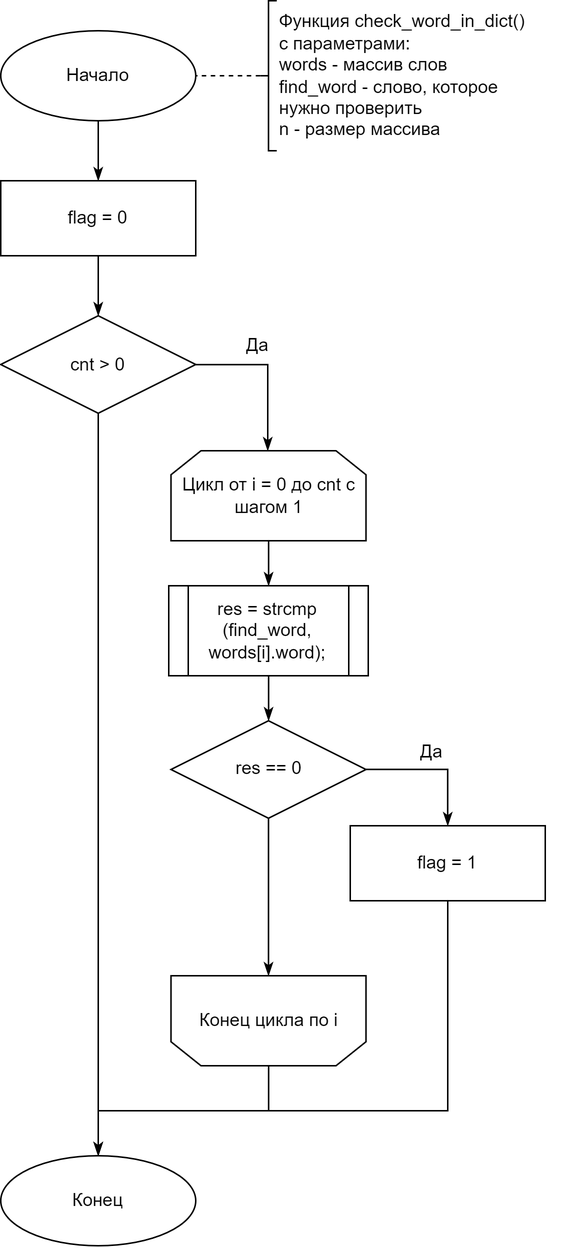
Before: lab_04/docs/img/check_word.png, a diagram exported from draw.io (Mansurow/bmstu-iu7-5sem-AA). Source tidied: cells renumbered, new cells last; positions are measured from the earlier drawing's top-left corner, leaving out a move shared by most shapes. Its diagram source:
```xml
<mxGraphModel>
  <root>
    <mxCell id="0" />
    <mxCell id="1" parent="0" />
    <mxCell id="2" style="edgeStyle=orthogonalEdgeStyle;rounded=0;jettySize=auto;html=1;fontSize=12;endArrow=classicThin;endFill=1;" parent="1" edge="1" source="3" target="9">
      <mxGeometry relative="1" as="geometry" />
    </mxCell>
    <mxCell id="3" value="Начало" style="strokeWidth=1;html=1;shape=mxgraph.flowchart.start_1;whiteSpace=wrap;" parent="1" vertex="1">
      <mxGeometry y="20" width="130" height="60" as="geometry" />
    </mxCell>
    <mxCell id="4" style="edgeStyle=orthogonalEdgeStyle;rounded=0;jettySize=auto;html=1;exitX=0;exitY=0.5;exitDx=0;exitDy=0;exitPerimeter=0;entryX=1;entryY=0.5;entryDx=0;entryDy=0;entryPerimeter=0;endArrow=none;endFill=0;dashed=1;" parent="1" edge="1" source="5" target="3">
      <mxGeometry relative="1" as="geometry" />
    </mxCell>
    <mxCell id="5" style="strokeWidth=1;html=1;shape=mxgraph.flowchart.annotation_2;align=left;labelPosition=right;rounded=0;" parent="1" vertex="1">
      <mxGeometry x="173" width="11" height="100" as="geometry" />
    </mxCell>
    <mxCell id="6" value="&lt;div&gt;&lt;span style=&quot;background-color: initial;&quot;&gt;Функция check_word_in_dict()&lt;/span&gt;&lt;/div&gt;&lt;div&gt;&lt;span style=&quot;background-color: initial;&quot;&gt;с параметрами:&lt;/span&gt;&lt;/div&gt;&lt;div&gt;words - массив слов&lt;/div&gt;&lt;div&gt;find_word - слово, которое&amp;nbsp;&lt;/div&gt;&lt;div&gt;нужно проверить&lt;/div&gt;&lt;div&gt;n - размер массива&lt;/div&gt;" style="text;html=1;align=left;verticalAlign=middle;strokeColor=none;fillColor=none;" parent="1" vertex="1">
      <mxGeometry x="184" width="190" height="100" as="geometry" />
    </mxCell>
    <mxCell id="7" value="Конец" style="strokeWidth=1;html=1;shape=mxgraph.flowchart.start_1;whiteSpace=wrap;" parent="1" vertex="1">
      <mxGeometry y="770" width="130" height="60" as="geometry" />
    </mxCell>
    <mxCell id="8" style="edgeStyle=orthogonalEdgeStyle;rounded=0;jettySize=auto;html=1;fontSize=12;endArrow=classicThin;endFill=1;" parent="1" edge="1" source="9" target="13">
      <mxGeometry relative="1" as="geometry" />
    </mxCell>
    <mxCell id="9" value="flag = 0" style="rounded=0;whiteSpace=wrap;html=1;absoluteArcSize=1;arcSize=14;strokeWidth=1;" parent="1" vertex="1">
      <mxGeometry y="120" width="130" height="50" as="geometry" />
    </mxCell>
    <mxCell id="10" style="edgeStyle=orthogonalEdgeStyle;rounded=0;jettySize=auto;html=1;fontSize=12;endArrow=classicThin;endFill=1;" parent="1" edge="1" source="13" target="15">
      <mxGeometry relative="1" as="geometry">
        <Array as="points">
          <mxPoint x="178" y="243" />
        </Array>
      </mxGeometry>
    </mxCell>
    <mxCell id="11" value="Да" style="edgeLabel;html=1;align=center;verticalAlign=middle;fontSize=12;" parent="10" vertex="1">
      <mxGeometry x="-0.25" y="-1" relative="1" as="geometry">
        <mxPoint y="-14" as="offset" />
      </mxGeometry>
    </mxCell>
    <mxCell id="12" style="edgeStyle=orthogonalEdgeStyle;rounded=0;jettySize=auto;html=1;exitX=0.5;exitY=1;exitDx=0;exitDy=0;exitPerimeter=0;entryX=0.5;entryY=0;entryDx=0;entryDy=0;entryPerimeter=0;fontSize=12;endArrow=classicThin;endFill=1;" parent="1" edge="1" source="13" target="7">
      <mxGeometry relative="1" as="geometry" />
    </mxCell>
    <mxCell id="13" value="cnt &amp;gt; 0" style="strokeWidth=1;html=1;shape=mxgraph.flowchart.decision;whiteSpace=wrap;" parent="1" vertex="1">
      <mxGeometry y="210" width="130" height="65" as="geometry" />
    </mxCell>
    <mxCell id="14" style="edgeStyle=orthogonalEdgeStyle;rounded=0;jettySize=auto;html=1;fontSize=12;endArrow=classicThin;endFill=1;" parent="1" edge="1" source="15" target="23">
      <mxGeometry relative="1" as="geometry" />
    </mxCell>
    <mxCell id="15" value="Цикл от i = 0 до cnt с шагом 1" style="shape=loopLimit;whiteSpace=wrap;html=1;" parent="1" vertex="1">
      <mxGeometry x="113.5" y="300" width="130" height="60" as="geometry" />
    </mxCell>
    <mxCell id="16" style="edgeStyle=orthogonalEdgeStyle;rounded=0;jettySize=auto;html=1;entryX=0.5;entryY=0;entryDx=0;entryDy=0;entryPerimeter=0;fontSize=12;endArrow=classicThin;endFill=1;" parent="1" edge="1" source="17" target="7">
      <mxGeometry relative="1" as="geometry" />
    </mxCell>
    <mxCell id="17" value="Конец цикла по i" style="shape=loopLimit;whiteSpace=wrap;html=1;flipV=1;" parent="1" vertex="1">
      <mxGeometry x="113.5" y="650" width="130" height="60" as="geometry" />
    </mxCell>
    <mxCell id="18" style="edgeStyle=orthogonalEdgeStyle;rounded=0;jettySize=auto;html=1;exitX=0.5;exitY=1;exitDx=0;exitDy=0;exitPerimeter=0;entryX=0.5;entryY=0;entryDx=0;entryDy=0;fontSize=12;endArrow=classicThin;endFill=1;" parent="1" edge="1" source="21" target="17">
      <mxGeometry relative="1" as="geometry" />
    </mxCell>
    <mxCell id="19" style="edgeStyle=orthogonalEdgeStyle;rounded=0;jettySize=auto;html=1;entryX=0.5;entryY=0;entryDx=0;entryDy=0;fontSize=12;endArrow=classicThin;endFill=1;" parent="1" edge="1" source="21" target="25">
      <mxGeometry relative="1" as="geometry">
        <Array as="points">
          <mxPoint x="298" y="513" />
        </Array>
      </mxGeometry>
    </mxCell>
    <mxCell id="20" value="Да" style="edgeLabel;html=1;align=center;verticalAlign=middle;fontSize=12;" parent="19" vertex="1">
      <mxGeometry x="-0.07" y="1" relative="1" as="geometry">
        <mxPoint y="-11" as="offset" />
      </mxGeometry>
    </mxCell>
    <mxCell id="21" value="res == 0" style="strokeWidth=1;html=1;shape=mxgraph.flowchart.decision;whiteSpace=wrap;" parent="1" vertex="1">
      <mxGeometry x="113.5" y="480" width="130" height="65" as="geometry" />
    </mxCell>
    <mxCell id="22" style="edgeStyle=orthogonalEdgeStyle;rounded=0;jettySize=auto;html=1;fontSize=12;endArrow=classicThin;endFill=1;" parent="1" edge="1" source="23" target="21">
      <mxGeometry relative="1" as="geometry" />
    </mxCell>
    <mxCell id="23" value="res = strcmp&lt;br&gt;(&lt;span style=&quot;text-align: left;&quot;&gt;find_word&lt;/span&gt;, words[i].word&lt;span style=&quot;background-color: initial;&quot;&gt;);&lt;/span&gt;" style="shape=process;whiteSpace=wrap;html=1;backgroundOutline=1;" parent="1" vertex="1">
      <mxGeometry x="112" y="390" width="133" height="60" as="geometry" />
    </mxCell>
    <mxCell id="24" style="edgeStyle=orthogonalEdgeStyle;rounded=0;jettySize=auto;html=1;fontSize=12;endArrow=classicThin;endFill=1;" parent="1" edge="1" source="25" target="7">
      <mxGeometry relative="1" as="geometry">
        <Array as="points">
          <mxPoint x="298" y="740" />
          <mxPoint x="65" y="740" />
        </Array>
      </mxGeometry>
    </mxCell>
    <mxCell id="25" value="flag = 1" style="rounded=0;whiteSpace=wrap;html=1;absoluteArcSize=1;arcSize=14;strokeWidth=1;" parent="1" vertex="1">
      <mxGeometry x="233" y="550" width="130" height="50" as="geometry" />
    </mxCell>
  </root>
</mxGraphModel>
```
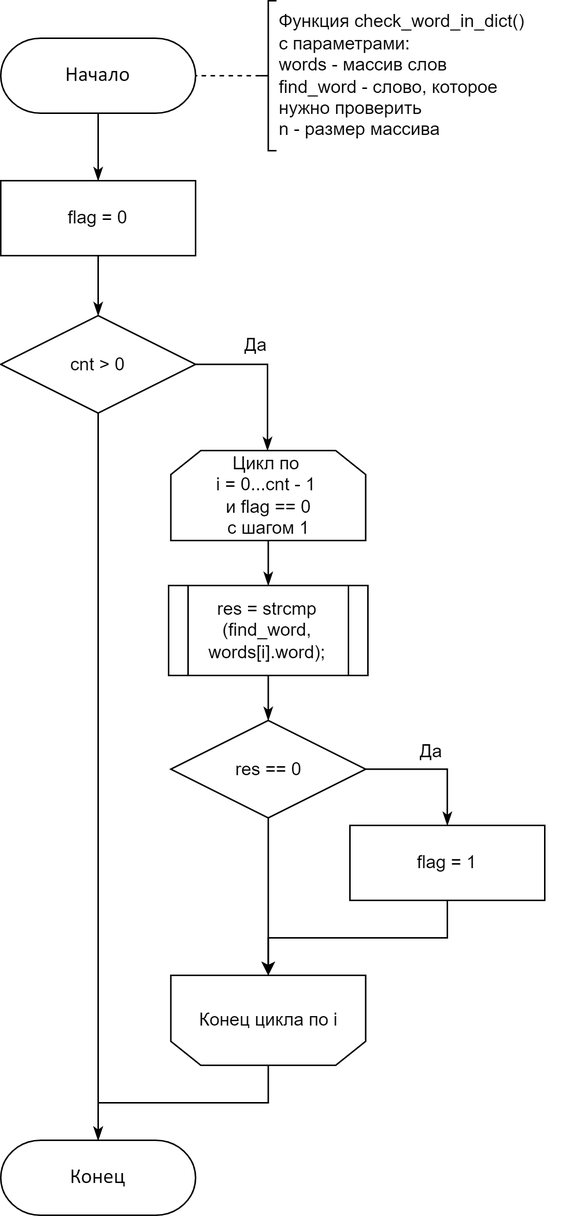
After the change.

What changed in the source:
```diff
@@ -5,11 +5,10 @@
     <mxCell id="2" style="edgeStyle=orthogonalEdgeStyle;rounded=0;jettySize=auto;html=1;fontSize=12;endArrow=classicThin;endFill=1;" parent="1" edge="1" source="3" target="9">
       <mxGeometry relative="1" as="geometry" />
     </mxCell>
-    <mxCell id="3" value="Начало" style="strokeWidth=1;html=1;shape=mxgraph.flowchart.start_1;whiteSpace=wrap;" parent="1" vertex="1">
-      <mxGeometry y="20" width="130" height="60" as="geometry" />
-    </mxCell>
-    <mxCell id="4" style="edgeStyle=orthogonalEdgeStyle;rounded=0;jettySize=auto;html=1;exitX=0;exitY=0.5;exitDx=0;exitDy=0;exitPerimeter=0;entryX=1;entryY=0.5;entryDx=0;entryDy=0;entryPerimeter=0;endArrow=none;endFill=0;dashed=1;" parent="1" edge="1" source="5" target="3">
-      <mxGeometry relative="1" as="geometry" />
+    <mxCell id="4" style="edgeStyle=orthogonalEdgeStyle;rounded=0;jettySize=auto;html=1;exitX=0;exitY=0.5;exitDx=0;exitDy=0;exitPerimeter=0;entryX=1;entryY=0.5;entryDx=0;entryDy=0;entryPerimeter=0;endArrow=none;endFill=0;dashed=1;" parent="1" edge="1" source="5">
+      <mxGeometry relative="1" as="geometry">
+        <mxPoint x="130" y="50" as="targetPoint" />
+      </mxGeometry>
     </mxCell>
     <mxCell id="5" style="strokeWidth=1;html=1;shape=mxgraph.flowchart.annotation_2;align=left;labelPosition=right;rounded=0;" parent="1" vertex="1">
       <mxGeometry x="173" width="11" height="100" as="geometry" />
@@ -17,9 +16,6 @@
     <mxCell id="6" value="&lt;div&gt;&lt;span style=&quot;background-color: initial;&quot;&gt;Функция check_word_in_dict()&lt;/span&gt;&lt;/div&gt;&lt;div&gt;&lt;span style=&quot;background-color: initial;&quot;&gt;с параметрами:&lt;/span&gt;&lt;/div&gt;&lt;div&gt;words - массив слов&lt;/div&gt;&lt;div&gt;find_word - слово, которое&amp;nbsp;&lt;/div&gt;&lt;div&gt;нужно проверить&lt;/div&gt;&lt;div&gt;n - размер массива&lt;/div&gt;" style="text;html=1;align=left;verticalAlign=middle;strokeColor=none;fillColor=none;" parent="1" vertex="1">
       <mxGeometry x="184" width="190" height="100" as="geometry" />
     </mxCell>
-    <mxCell id="7" value="Конец" style="strokeWidth=1;html=1;shape=mxgraph.flowchart.start_1;whiteSpace=wrap;" parent="1" vertex="1">
-      <mxGeometry y="770" width="130" height="60" as="geometry" />
-    </mxCell>
     <mxCell id="8" style="edgeStyle=orthogonalEdgeStyle;rounded=0;jettySize=auto;html=1;fontSize=12;endArrow=classicThin;endFill=1;" parent="1" edge="1" source="9" target="13">
       <mxGeometry relative="1" as="geometry" />
     </mxCell>
@@ -38,7 +34,7 @@
         <mxPoint y="-14" as="offset" />
       </mxGeometry>
     </mxCell>
-    <mxCell id="12" style="edgeStyle=orthogonalEdgeStyle;rounded=0;jettySize=auto;html=1;exitX=0.5;exitY=1;exitDx=0;exitDy=0;exitPerimeter=0;entryX=0.5;entryY=0;entryDx=0;entryDy=0;entryPerimeter=0;fontSize=12;endArrow=classicThin;endFill=1;" parent="1" edge="1" source="13" target="7">
+    <mxCell id="12" style="edgeStyle=orthogonalEdgeStyle;rounded=0;jettySize=auto;html=1;exitX=0.5;exitY=1;exitDx=0;exitDy=0;exitPerimeter=0;fontSize=12;endArrow=classicThin;endFill=1;" parent="1" edge="1" source="13" target="7">
       <mxGeometry relative="1" as="geometry" />
     </mxCell>
     <mxCell id="13" value="cnt &amp;gt; 0" style="strokeWidth=1;html=1;shape=mxgraph.flowchart.decision;whiteSpace=wrap;" parent="1" vertex="1">
@@ -47,7 +43,7 @@
     <mxCell id="14" style="edgeStyle=orthogonalEdgeStyle;rounded=0;jettySize=auto;html=1;fontSize=12;endArrow=classicThin;endFill=1;" parent="1" edge="1" source="15" target="23">
       <mxGeometry relative="1" as="geometry" />
     </mxCell>
-    <mxCell id="15" value="Цикл от i = 0 до cnt с шагом 1" style="shape=loopLimit;whiteSpace=wrap;html=1;" parent="1" vertex="1">
+    <mxCell id="15" value="Цикл по &lt;br&gt;i = 0...cnt - 1 &lt;br&gt;и flag == 0&lt;br&gt;с шагом 1" style="shape=loopLimit;whiteSpace=wrap;html=1;" parent="1" vertex="1">
       <mxGeometry x="113.5" y="300" width="130" height="60" as="geometry" />
     </mxCell>
     <mxCell id="16" style="edgeStyle=orthogonalEdgeStyle;rounded=0;jettySize=auto;html=1;entryX=0.5;entryY=0;entryDx=0;entryDy=0;entryPerimeter=0;fontSize=12;endArrow=classicThin;endFill=1;" parent="1" edge="1" source="17" target="7">
@@ -56,9 +52,6 @@
     <mxCell id="17" value="Конец цикла по i" style="shape=loopLimit;whiteSpace=wrap;html=1;flipV=1;" parent="1" vertex="1">
       <mxGeometry x="113.5" y="650" width="130" height="60" as="geometry" />
     </mxCell>
-    <mxCell id="18" style="edgeStyle=orthogonalEdgeStyle;rounded=0;jettySize=auto;html=1;exitX=0.5;exitY=1;exitDx=0;exitDy=0;exitPerimeter=0;entryX=0.5;entryY=0;entryDx=0;entryDy=0;fontSize=12;endArrow=classicThin;endFill=1;" parent="1" edge="1" source="21" target="17">
-      <mxGeometry relative="1" as="geometry" />
-    </mxCell>
     <mxCell id="19" style="edgeStyle=orthogonalEdgeStyle;rounded=0;jettySize=auto;html=1;entryX=0.5;entryY=0;entryDx=0;entryDy=0;fontSize=12;endArrow=classicThin;endFill=1;" parent="1" edge="1" source="21" target="25">
       <mxGeometry relative="1" as="geometry">
         <Array as="points">
@@ -71,6 +64,9 @@
         <mxPoint y="-11" as="offset" />
       </mxGeometry>
     </mxCell>
+    <mxCell id="18" style="edgeStyle=orthogonalEdgeStyle;rounded=0;jettySize=auto;html=1;fontSize=14;" parent="1" edge="1" source="21" target="17">
+      <mxGeometry relative="1" as="geometry" />
+    </mxCell>
     <mxCell id="21" value="res == 0" style="strokeWidth=1;html=1;shape=mxgraph.flowchart.decision;whiteSpace=wrap;" parent="1" vertex="1">
       <mxGeometry x="113.5" y="480" width="130" height="65" as="geometry" />
     </mxCell>
@@ -80,16 +76,17 @@
     <mxCell id="23" value="res = strcmp&lt;br&gt;(&lt;span style=&quot;text-align: left;&quot;&gt;find_word&lt;/span&gt;, words[i].word&lt;span style=&quot;background-color: initial;&quot;&gt;);&lt;/span&gt;" style="shape=process;whiteSpace=wrap;html=1;backgroundOutline=1;" parent="1" vertex="1">
       <mxGeometry x="112" y="390" width="133" height="60" as="geometry" />
     </mxCell>
-    <mxCell id="24" style="edgeStyle=orthogonalEdgeStyle;rounded=0;jettySize=auto;html=1;fontSize=12;endArrow=classicThin;endFill=1;" parent="1" edge="1" source="25" target="7">
-      <mxGeometry relative="1" as="geometry">
-        <Array as="points">
-          <mxPoint x="298" y="740" />
-          <mxPoint x="65" y="740" />
-        </Array>
-      </mxGeometry>
-    </mxCell>
+    <mxCell id="26" style="edgeStyle=orthogonalEdgeStyle;rounded=0;jettySize=auto;html=1;fontSize=14;" parent="1" edge="1" source="25" target="17">
+      <mxGeometry relative="1" as="geometry" />
+    </mxCell>
     <mxCell id="25" value="flag = 1" style="rounded=0;whiteSpace=wrap;html=1;absoluteArcSize=1;arcSize=14;strokeWidth=1;" parent="1" vertex="1">
       <mxGeometry x="233" y="550" width="130" height="50" as="geometry" />
     </mxCell>
+    <mxCell id="3" value="&lt;div style=&quot;&quot;&gt;&lt;font style=&quot;font-family: Calibri; color: rgb(0, 0, 0); direction: ltr; letter-spacing: 0px; line-height: 120%; opacity: 1;&quot;&gt;&lt;font style=&quot;font-size: 14px;&quot;&gt;Начало&lt;/font&gt;&lt;br&gt;&lt;/font&gt;&lt;/div&gt;" style="verticalAlign=middle;align=center;vsdxID=1;fillColor=#FFFFFF;gradientColor=none;shape=(stored shape, 240 characters);strokeColor=#000000;spacingTop=-1;spacingBottom=-1;spacingLeft=-1;spacingRight=-1;points=[[0.5,0,0],[0.5,0.5,0],[1,0.5,0]];labelBackgroundColor=none;rounded=0;html=1;whiteSpace=wrap;" parent="1" vertex="1">
+      <mxGeometry y="25" width="130" height="50" as="geometry" />
+    </mxCell>
+    <mxCell id="7" value="&lt;div style=&quot;&quot;&gt;&lt;font style=&quot;font-family: Calibri; color: rgb(0, 0, 0); direction: ltr; letter-spacing: 0px; line-height: 120%; opacity: 1; font-size: 14px;&quot;&gt;Конец&lt;/font&gt;&lt;/div&gt;" style="verticalAlign=middle;align=center;vsdxID=1;fillColor=#FFFFFF;gradientColor=none;shape=(stored shape, 240 characters);strokeColor=#000000;spacingTop=-1;spacingBottom=-1;spacingLeft=-1;spacingRight=-1;points=[[0.5,0,0],[0.5,0.5,0],[1,0.5,0]];labelBackgroundColor=none;rounded=0;html=1;whiteSpace=wrap;" parent="1" vertex="1">
+      <mxGeometry y="760" width="130" height="50" as="geometry" />
+    </mxCell>
   </root>
 </mxGraphModel>
```
